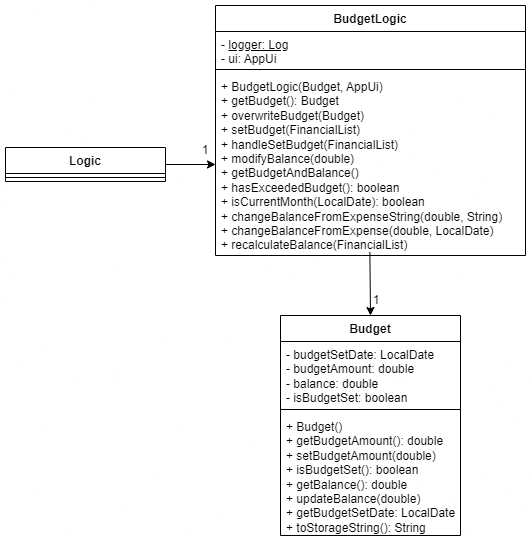
Before: docs/UML/Budget.png, a diagram exported from draw.io (nus-cs2113-AY2425S1/tp). Source tidied: cells renumbered, new cells last; positions are measured from the earlier drawing's top-left corner, leaving out a move shared by most shapes.
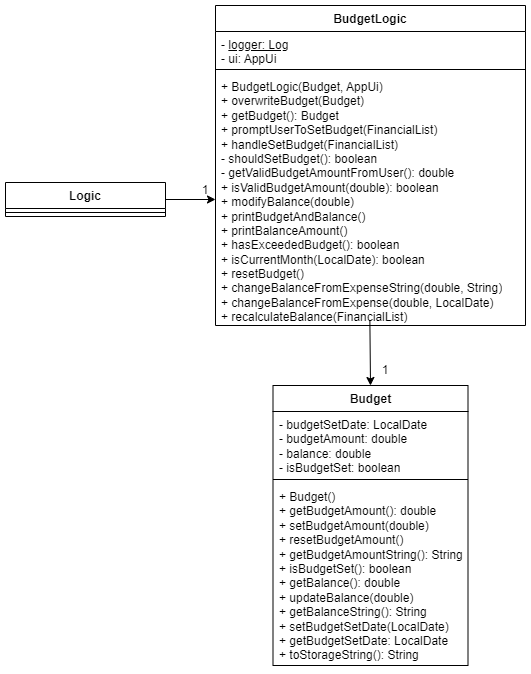
The same diagram one commit later.

Change to the diagram source:
```diff
@@ -3,19 +3,19 @@
     <mxCell id="0" />
     <mxCell id="1" parent="0" />
     <mxCell id="2" value="Budget" style="swimlane;fontStyle=1;align=center;verticalAlign=top;horizontal=1;startSize=26;whiteSpace=wrap;html=1;" parent="1" vertex="1">
-      <mxGeometry x="275" y="310" width="180" height="220" as="geometry" />
+      <mxGeometry x="267.5" y="360" width="195" height="280" as="geometry" />
     </mxCell>
     <mxCell id="3" value="- budgetSetDate: LocalDate&lt;div&gt;- budgetAmount: double&lt;/div&gt;&lt;div&gt;- balance: double&lt;/div&gt;&lt;div&gt;- isBudgetSet: boolean&lt;br&gt;&lt;div&gt;&lt;br&gt;&lt;/div&gt;&lt;/div&gt;" style="text;strokeColor=none;fillColor=none;align=left;verticalAlign=top;spacingLeft=4;spacingRight=4;overflow=hidden;whiteSpace=wrap;html=1;" parent="2" vertex="1">
-      <mxGeometry y="26" width="180" height="64" as="geometry" />
+      <mxGeometry y="26" width="195" height="64" as="geometry" />
     </mxCell>
     <mxCell id="4" style="line;strokeWidth=1;fillColor=none;align=left;verticalAlign=middle;spacingTop=-1;spacingLeft=3;spacingRight=3;labelPosition=right;strokeColor=inherit;" parent="2" vertex="1">
-      <mxGeometry y="90" width="180" height="8" as="geometry" />
+      <mxGeometry y="90" width="195" height="8" as="geometry" />
     </mxCell>
-    <mxCell id="5" value="+ Budget()&lt;div&gt;+ getBudgetAmount(): double&lt;/div&gt;&lt;div&gt;+ setBudgetAmount(double)&lt;/div&gt;&lt;div&gt;+ isBudgetSet(): boolean&lt;/div&gt;&lt;div&gt;+ getBalance(): double&lt;/div&gt;&lt;div&gt;+ updateBalance(double)&lt;/div&gt;&lt;div&gt;+ getBudgetSetDate: LocalDate&lt;/div&gt;&lt;div&gt;+ toStorageString(): String&lt;/div&gt;" style="text;strokeColor=none;fillColor=none;align=left;verticalAlign=top;spacingLeft=4;spacingRight=4;overflow=hidden;whiteSpace=wrap;html=1;" parent="2" vertex="1">
-      <mxGeometry y="98" width="180" height="122" as="geometry" />
+    <mxCell id="5" value="+ Budget()&lt;div&gt;+ getBudgetAmount(): double&lt;/div&gt;&lt;div&gt;+ setBudgetAmount(double)&lt;/div&gt;&lt;div&gt;+ resetBudgetAmount()&lt;/div&gt;&lt;div&gt;+ getBudgetAmountString(): String&lt;/div&gt;&lt;div&gt;+ isBudgetSet(): boolean&lt;/div&gt;&lt;div&gt;+ getBalance(): double&lt;/div&gt;&lt;div&gt;+ updateBalance(double)&lt;/div&gt;&lt;div&gt;+ getBalanceString(): String&lt;/div&gt;&lt;div&gt;+ setBudgetSetDate(LocalDate)&lt;/div&gt;&lt;div&gt;+ getBudgetSetDate: LocalDate&lt;/div&gt;&lt;div&gt;+ toStorageString(): String&lt;/div&gt;" style="text;strokeColor=none;fillColor=none;align=left;verticalAlign=top;spacingLeft=4;spacingRight=4;overflow=hidden;whiteSpace=wrap;html=1;" parent="2" vertex="1">
+      <mxGeometry y="98" width="195" height="182" as="geometry" />
     </mxCell>
     <mxCell id="6" value="BudgetLogic" style="swimlane;fontStyle=1;align=center;verticalAlign=top;horizontal=1;startSize=26;whiteSpace=wrap;html=1;" parent="1" vertex="1">
-      <mxGeometry x="210" width="310" height="250" as="geometry" />
+      <mxGeometry x="210" y="-20" width="310" height="320" as="geometry" />
     </mxCell>
     <mxCell id="7" value="- &lt;u&gt;logger: Log&lt;/u&gt;&lt;div&gt;- ui: AppUi&lt;/div&gt;" style="text;strokeColor=none;fillColor=none;align=left;verticalAlign=top;spacingLeft=4;spacingRight=4;overflow=hidden;whiteSpace=wrap;html=1;" parent="6" vertex="1">
       <mxGeometry y="26" width="310" height="34" as="geometry" />
@@ -23,17 +23,17 @@
     <mxCell id="8" style="line;strokeWidth=1;fillColor=none;align=left;verticalAlign=middle;spacingTop=-1;spacingLeft=3;spacingRight=3;labelPosition=right;strokeColor=inherit;" parent="6" vertex="1">
       <mxGeometry y="60" width="310" height="8" as="geometry" />
     </mxCell>
-    <mxCell id="9" value="+ BudgetLogic(Budget, AppUi)&lt;div&gt;+ getBudget(): Budget&lt;br&gt;&lt;div&gt;+ overwriteBudget(Budget)&lt;/div&gt;&lt;div&gt;+ setBudget(FinancialList)&lt;/div&gt;&lt;div&gt;+ handleSetBudget(FinancialList)&lt;/div&gt;&lt;/div&gt;&lt;div&gt;+ modifyBalance(double)&lt;/div&gt;&lt;div&gt;+ getBudgetAndBalance()&lt;/div&gt;&lt;div&gt;+ hasExceededBudget(): boolean&lt;/div&gt;&lt;div&gt;+ isCurrentMonth(LocalDate): boolean&lt;/div&gt;&lt;div&gt;+ changeBalanceFromExpenseString(double, String)&lt;/div&gt;&lt;div&gt;+ changeBalanceFromExpense(double, LocalDate)&lt;/div&gt;&lt;div&gt;+ recalculateBalance(FinancialList)&lt;/div&gt;&lt;div&gt;&lt;br&gt;&lt;/div&gt;" style="text;strokeColor=none;fillColor=none;align=left;verticalAlign=top;spacingLeft=4;spacingRight=4;overflow=hidden;points=[[0,0.5],[1,0.5]];portConstraint=eastwest;whiteSpace=wrap;html=1;" parent="6" vertex="1">
-      <mxGeometry y="68" width="310" height="182" as="geometry" />
+    <mxCell id="9" value="+ BudgetLogic(Budget, AppUi)&lt;div&gt;+ overwriteBudget(Budget)&lt;br&gt;&lt;div&gt;+ getBudget(): Budget&lt;/div&gt;&lt;div&gt;+ promptUserToSetBudget(FinancialList)&lt;div&gt;+ handleSetBudget(FinancialList)&lt;/div&gt;&lt;/div&gt;&lt;div&gt;- shouldSetBudget(): boolean&lt;/div&gt;&lt;div&gt;- getValidBudgetAmountFromUser(): double&lt;/div&gt;&lt;div&gt;+ isValidBudgetAmount(double): boolean&lt;/div&gt;&lt;div&gt;+ modifyBalance(double)&lt;/div&gt;&lt;div&gt;+ printBudgetAndBalance()&lt;/div&gt;&lt;div&gt;+ printBalanceAmount()&lt;/div&gt;&lt;div&gt;+ hasExceededBudget(): boolean&lt;/div&gt;&lt;div&gt;+ isCurrentMonth(LocalDate): boolean&lt;/div&gt;&lt;div&gt;+ resetBudget()&lt;/div&gt;&lt;div&gt;+ changeBalanceFromExpenseString(double, String)&lt;/div&gt;&lt;div&gt;+ changeBalanceFromExpense(double, LocalDate)&lt;/div&gt;&lt;div&gt;+ recalculateBalance(FinancialList)&lt;/div&gt;&lt;div&gt;&lt;br&gt;&lt;/div&gt;&lt;/div&gt;" style="text;strokeColor=none;fillColor=none;align=left;verticalAlign=top;spacingLeft=4;spacingRight=4;overflow=hidden;points=[[0,0.5],[1,0.5]];portConstraint=eastwest;whiteSpace=wrap;html=1;" parent="6" vertex="1">
+      <mxGeometry y="68" width="310" height="252" as="geometry" />
     </mxCell>
     <mxCell id="10" style="endArrow=classic;html=1;rounded=0;exitX=0.498;exitY=0.982;exitDx=0;exitDy=0;exitPerimeter=0;entryX=0.5;entryY=0;entryDx=0;entryDy=0;" parent="1" edge="1" source="9" target="2">
       <mxGeometry relative="1" as="geometry" />
     </mxCell>
     <mxCell id="11" value="1" style="text;html=1;align=center;verticalAlign=middle;whiteSpace=wrap;rounded=0;" parent="1" vertex="1">
-      <mxGeometry x="341" y="280" width="60" height="30" as="geometry" />
+      <mxGeometry x="350" y="330" width="60" height="30" as="geometry" />
     </mxCell>
     <mxCell id="12" value="Logic" style="swimlane;fontStyle=1;align=center;verticalAlign=top;horizontal=1;startSize=26;whiteSpace=wrap;html=1;" parent="1" vertex="1">
-      <mxGeometry y="142" width="160" height="34" as="geometry" />
+      <mxGeometry y="157" width="160" height="34" as="geometry" />
     </mxCell>
     <mxCell id="13" style="line;strokeWidth=1;fillColor=none;align=left;verticalAlign=middle;spacingTop=-1;spacingLeft=3;spacingRight=3;labelPosition=right;strokeColor=inherit;" parent="12" vertex="1">
       <mxGeometry y="26" width="160" height="8" as="geometry" />
@@ -42,7 +42,7 @@
       <mxGeometry relative="1" as="geometry" />
     </mxCell>
     <mxCell id="15" value="1" style="text;html=1;align=center;verticalAlign=middle;whiteSpace=wrap;rounded=0;" parent="1" vertex="1">
-      <mxGeometry x="170" y="130" width="60" height="30" as="geometry" />
+      <mxGeometry x="170" y="150" width="60" height="30" as="geometry" />
     </mxCell>
   </root>
 </mxGraphModel>
```
